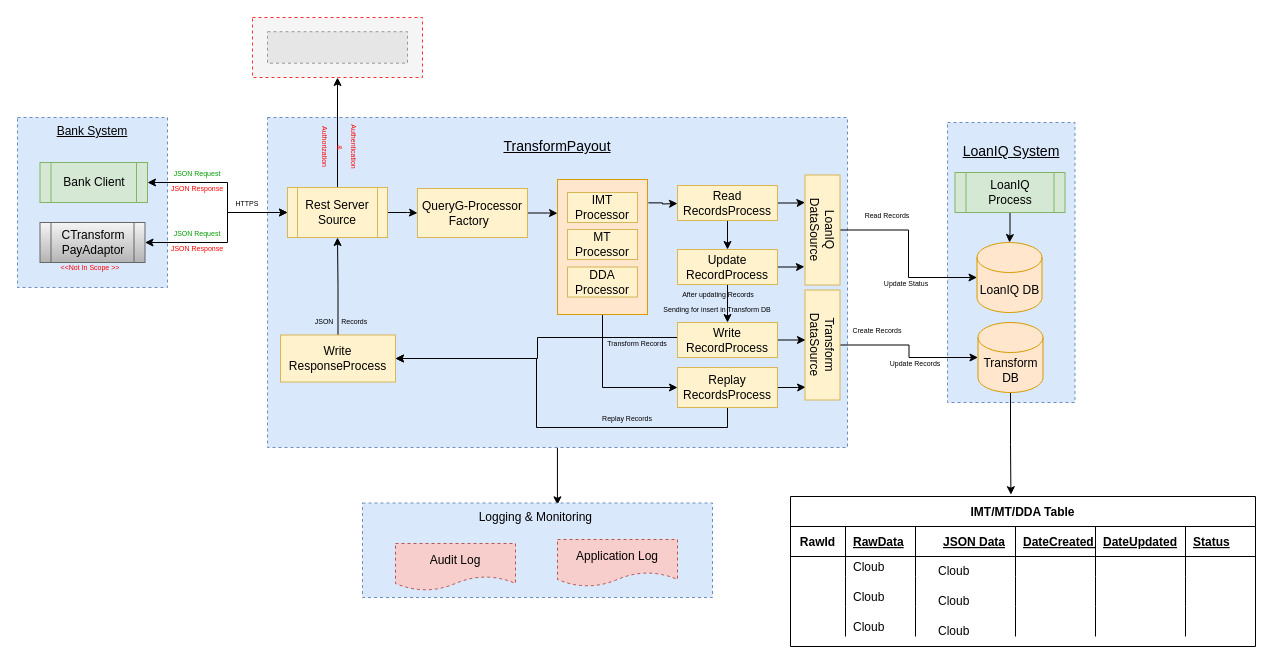
This is page "Page-5" (5 of 8) of NFR_Reliability.drawio from thrivikramarajarao/easy_test_domain, a draw.io file, before an edit. Source tidied: cells renumbered, new cells numbered last; positions are measured from the earlier drawing's top-left corner, leaving out a move shared by most shapes. Both pictures are drawn from the tidied source at 100%, with x=0, y=0 at pixel (17, 17). Pictures stored in the file or linked from it are replaced by grey dashed boxes.
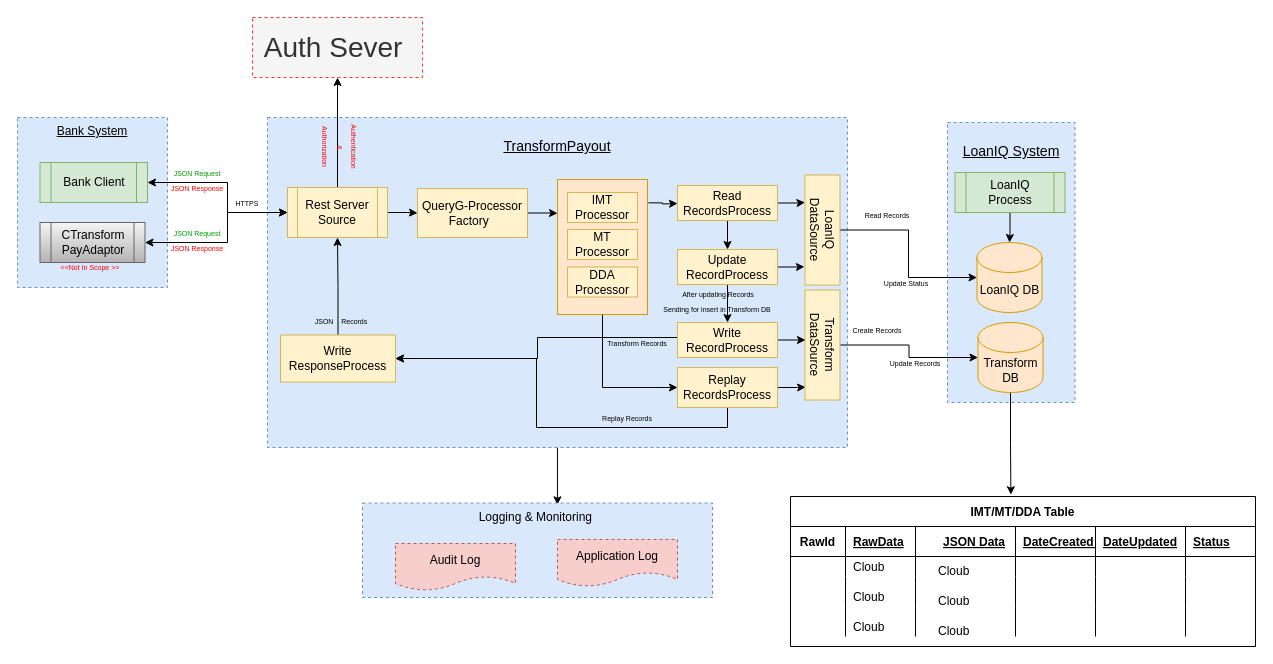
The same page after the edit.

What changed in the source:
```diff
@@
-    <mxCell id="93" style="rounded=0;whiteSpace=wrap;html=1;fontFamily=Helvetica;fontSize=12;align=center;verticalAlign=middle;fillColor=#f5f5f5;strokeColor=#FF3333;dashed=1;fontColor=#333333;" parent="1" vertex="1">
+    <mxCell id="93" value="&lt;font style=&quot;font-size: 28px&quot;&gt;Auth Sever&amp;nbsp;&lt;/font&gt;" style="rounded=0;whiteSpace=wrap;html=1;fontFamily=Helvetica;fontSize=12;align=center;verticalAlign=middle;fillColor=#f5f5f5;strokeColor=#FF3333;dashed=1;fontColor=#333333;" parent="1" vertex="1">
       <mxGeometry x="235" width="170" height="60" as="geometry" />
     </mxCell>
-    <mxCell id="94" style="fillColor=#E6E6E6;strokeColor=#999999;dashed=1;verticalLabelPosition=bottom;labelBackgroundColor=#ffffff;verticalAlign=top;" parent="1" vertex="1">
-      <mxGeometry x="250" y="14.2" width="140" height="31.5" as="geometry" />
-    </mxCell>
```
